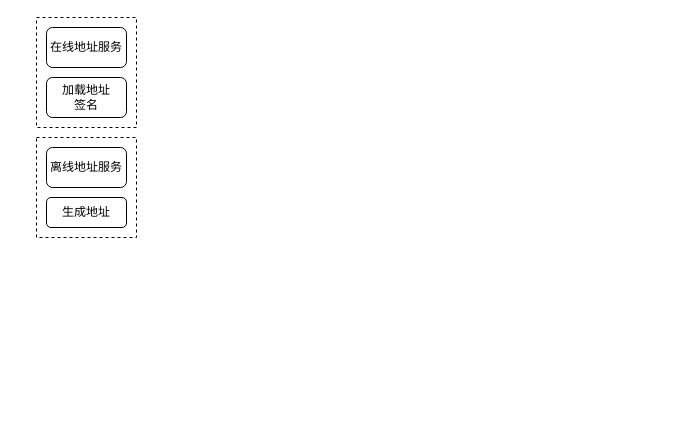
jirasun/sun keeps this draw.io diagram as tech.drawio. Above is the earlier version. Source tidied: cells renumbered, new cells numbered last; positions are measured from the earlier drawing's top-left corner, leaving out a move shared by most shapes. Both pictures are drawn from the tidied source at 100%, with x=0, y=0 at pixel (36, 17).
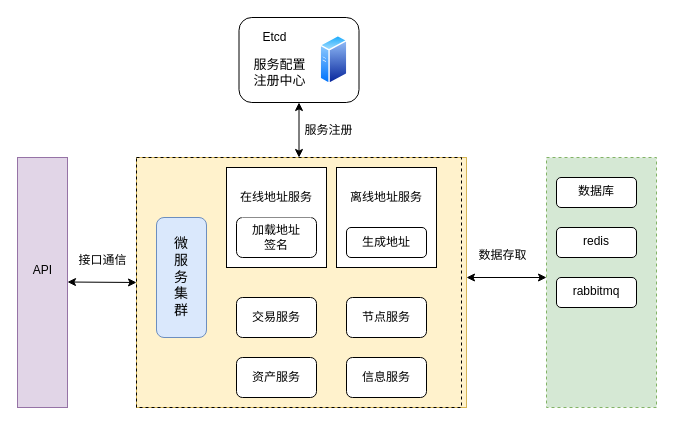
After the change.

Diff of the diagram source:
```diff
@@
-    <mxCell id="2" style="group;" parent="1" vertex="1">
-      <mxGeometry width="100" height="110" as="geometry" />
-    </mxCell>
-    <mxCell id="3" value="&lt;div&gt;&lt;br&gt;&lt;/div&gt;" style="rounded=0;whiteSpace=wrap;html=1;dashed=1;" parent="2" vertex="1">
-      <mxGeometry width="100" height="110" as="geometry" />
-    </mxCell>
-    <mxCell id="4" value="加载地址&lt;div&gt;签名&lt;/div&gt;" style="rounded=1;whiteSpace=wrap;html=1;" parent="2" vertex="1">
-      <mxGeometry x="10" y="60" width="80" height="40" as="geometry" />
-    </mxCell>
-    <mxCell id="5" value="&lt;span style=&quot;color: rgb(0, 0, 0); font-family: Helvetica; font-size: 12px; font-style: normal; font-variant-ligatures: normal; font-variant-caps: normal; font-weight: 400; letter-spacing: normal; orphans: 2; text-align: center; text-indent: 0px; text-transform: none; widows: 2; word-spacing: 0px; -webkit-text-stroke-width: 0px; white-space: normal; text-decoration-thickness: initial; text-decoration-style: initial; text-decoration-color: initial; float: none; background-color: rgb(255, 255, 255); display: inline !important;&quot;&gt;在线地址服务&lt;/span&gt;" style="rounded=1;whiteSpace=wrap;html=1;" parent="2" vertex="1">
-      <mxGeometry x="10" y="10" width="80" height="40" as="geometry" />
-    </mxCell>
-    <mxCell id="6" style="group;" parent="1" vertex="1">
-      <mxGeometry y="120" width="100" height="100" as="geometry" />
-    </mxCell>
+    <mxCell id="10" style="group;fillColor=#fff2cc;strokeColor=#d6b656;" parent="1" vertex="1">
+      <mxGeometry x="100" y="140" width="330" height="250" as="geometry" />
+    </mxCell>
+    <mxCell id="11" value="交易服务" style="rounded=1;whiteSpace=wrap;html=1;" parent="10" vertex="1">
+      <mxGeometry x="100" y="140" width="80" height="40" as="geometry" />
+    </mxCell>
+    <mxCell id="12" value="节点服务" style="rounded=1;whiteSpace=wrap;html=1;" parent="10" vertex="1">
+      <mxGeometry x="210" y="140" width="80" height="40" as="geometry" />
+    </mxCell>
+    <mxCell id="13" value="资产服务" style="rounded=1;whiteSpace=wrap;html=1;" parent="10" vertex="1">
+      <mxGeometry x="100" y="200" width="80" height="40" as="geometry" />
+    </mxCell>
+    <mxCell id="14" value="信息服务" style="rounded=1;whiteSpace=wrap;html=1;" parent="10" vertex="1">
+      <mxGeometry x="210" y="200" width="80" height="40" as="geometry" />
+    </mxCell>
+    <mxCell id="15" style="group;" parent="10" vertex="1">
+      <mxGeometry x="200" y="10" width="100" height="100" as="geometry" />
+    </mxCell>
-    <mxCell id="7" style="rounded=0;whiteSpace=wrap;html=1;dashed=1;" parent="6" vertex="1">
+    <mxCell id="7" style="rounded=0;whiteSpace=wrap;html=1;" parent="15" vertex="1">
       <mxGeometry width="100" height="100" as="geometry" />
     </mxCell>
-    <mxCell id="8" value="生成地址" style="rounded=1;whiteSpace=wrap;html=1;" parent="6" vertex="1">
+    <mxCell id="8" value="生成地址" style="rounded=1;whiteSpace=wrap;html=1;" parent="15" vertex="1">
       <mxGeometry x="10" y="60" width="80" height="30" as="geometry" />
     </mxCell>
-    <mxCell id="9" value="&lt;span style=&quot;color: rgb(0, 0, 0); font-family: Helvetica; font-size: 12px; font-style: normal; font-variant-ligatures: normal; font-variant-caps: normal; font-weight: 400; letter-spacing: normal; orphans: 2; text-align: center; text-indent: 0px; text-transform: none; widows: 2; word-spacing: 0px; -webkit-text-stroke-width: 0px; white-space: normal; text-decoration-thickness: initial; text-decoration-style: initial; text-decoration-color: initial; float: none; background-color: rgb(255, 255, 255); display: inline !important;&quot;&gt;离线地址服务&lt;/span&gt;" style="rounded=1;whiteSpace=wrap;html=1;" parent="6" vertex="1">
+    <mxCell id="9" value="&lt;span style=&quot;color: rgb(0, 0, 0); font-family: Helvetica; font-size: 12px; font-style: normal; font-variant-ligatures: normal; font-variant-caps: normal; font-weight: 400; letter-spacing: normal; orphans: 2; text-align: center; text-indent: 0px; text-transform: none; widows: 2; word-spacing: 0px; -webkit-text-stroke-width: 0px; white-space: normal; text-decoration-thickness: initial; text-decoration-style: initial; text-decoration-color: initial; float: none; background-color: rgb(255, 255, 255); display: inline !important;&quot;&gt;离线地址服务&lt;/span&gt;" style="rounded=1;whiteSpace=wrap;html=1;strokeWidth=0;strokeColor=#FFFFFF;" parent="15" vertex="1">
       <mxGeometry x="10" y="10" width="80" height="40" as="geometry" />
     </mxCell>
+    <mxCell id="16" style="group;fillColor=#dae8fc;strokeColor=#6c8ebf;" parent="10" vertex="1">
+      <mxGeometry x="90" y="10" width="100" height="100" as="geometry" />
+    </mxCell>
+    <mxCell id="17" style="rounded=0;whiteSpace=wrap;html=1;" parent="16" vertex="1">
+      <mxGeometry width="100" height="100" as="geometry" />
+    </mxCell>
+    <mxCell id="4" value="加载地址&lt;div&gt;签名&lt;/div&gt;" style="rounded=1;whiteSpace=wrap;html=1;" parent="16" vertex="1">
+      <mxGeometry x="10" y="50" width="80" height="40" as="geometry" />
+    </mxCell>
+    <mxCell id="5" value="&lt;span style=&quot;color: rgb(0, 0, 0); font-family: Helvetica; font-size: 12px; font-style: normal; font-variant-ligatures: normal; font-variant-caps: normal; font-weight: 400; letter-spacing: normal; orphans: 2; text-align: center; text-indent: 0px; text-transform: none; widows: 2; word-spacing: 0px; -webkit-text-stroke-width: 0px; white-space: normal; text-decoration-thickness: initial; text-decoration-style: initial; text-decoration-color: initial; float: none; background-color: rgb(255, 255, 255); display: inline !important;&quot;&gt;在线地址服务&lt;/span&gt;" style="rounded=1;whiteSpace=wrap;html=1;strokeWidth=0;strokeColor=#FFFFFF;" parent="16" vertex="1">
+      <mxGeometry x="10" y="10" width="80" height="40" as="geometry" />
+    </mxCell>
+    <mxCell id="18" style="edgeStyle=orthogonalEdgeStyle;rounded=0;orthogonalLoop=1;jettySize=auto;html=1;exitX=0.5;exitY=1;exitDx=0;exitDy=0;fontFamily=Helvetica;fontSize=12;fontColor=default;" parent="10" edge="1" source="11" target="11">
+      <mxGeometry relative="1" as="geometry" />
+    </mxCell>
+    <mxCell id="19" style="rounded=0;whiteSpace=wrap;html=1;align=center;verticalAlign=top;fontFamily=Helvetica;fontSize=12;fontColor=default;fillColor=none;gradientColor=none;dashed=1;" parent="10" vertex="1">
+      <mxGeometry width="325" height="250" as="geometry" />
+    </mxCell>
+    <mxCell id="20" value="微&lt;div&gt;服&lt;/div&gt;&lt;div&gt;务&lt;/div&gt;&lt;div&gt;集&lt;/div&gt;&lt;div&gt;群&lt;/div&gt;" style="rounded=1;whiteSpace=wrap;html=1;align=center;verticalAlign=top;fontFamily=Helvetica;fontSize=14;fillColor=#dae8fc;spacingTop=11;strokeColor=#6c8ebf;" parent="10" vertex="1">
+      <mxGeometry x="20" y="60" width="50" height="120" as="geometry" />
+    </mxCell>
+    <mxCell id="21" style="group;" parent="1" vertex="1">
+      <mxGeometry x="202.5" width="120" height="85" as="geometry" />
+    </mxCell>
+    <mxCell id="22" style="image;perimeter=ellipsePerimeter;html=1;align=center;shadow=0;dashed=0;spacingTop=3;image=img/lib/active_directory/generic_server.svg;verticalAlign=top;fontFamily=Helvetica;fontSize=12;fontColor=default;fillColor=none;gradientColor=none;" parent="21" vertex="1">
+      <mxGeometry x="81" y="17.5" width="28" height="50" as="geometry" />
+    </mxCell>
+    <mxCell id="23" style="rounded=1;whiteSpace=wrap;html=1;align=center;verticalAlign=top;fontFamily=Helvetica;fontSize=12;fontColor=default;fillColor=none;gradientColor=none;" parent="21" vertex="1">
+      <mxGeometry width="120" height="85" as="geometry" />
+    </mxCell>
+    <mxCell id="24" value="服务配置&lt;div&gt;&lt;span style=&quot;background-color: transparent; color: light-dark(rgb(0, 0, 0), rgb(255, 255, 255));&quot;&gt;注册中心&lt;/span&gt;&lt;/div&gt;" style="text;html=1;align=center;verticalAlign=middle;strokeColor=none;fillColor=none;fontFamily=Helvetica;fontSize=13;fontColor=default;" parent="21" vertex="1">
+      <mxGeometry y="35" width="80" height="40" as="geometry" />
+    </mxCell>
+    <mxCell id="25" value="Etcd" style="text;html=1;align=center;verticalAlign=middle;strokeColor=none;fillColor=none;fontFamily=Helvetica;fontSize=12;fontColor=default;" parent="21" vertex="1">
+      <mxGeometry x="10" y="5" width="50" height="30" as="geometry" />
+    </mxCell>
+    <mxCell id="26" style="group;" parent="1" vertex="1">
+      <mxGeometry x="510" y="140" width="110" height="250" as="geometry" />
+    </mxCell>
+    <mxCell id="27" style="rounded=0;whiteSpace=wrap;html=1;align=center;verticalAlign=top;fontFamily=Helvetica;fontSize=12;fillColor=#d5e8d4;dashed=1;strokeColor=#82b366;" parent="26" vertex="1">
+      <mxGeometry width="110" height="250" as="geometry" />
+    </mxCell>
+    <mxCell id="28" value="redis&lt;div&gt;&lt;br&gt;&lt;/div&gt;" style="rounded=1;whiteSpace=wrap;html=1;align=center;verticalAlign=top;fontFamily=Helvetica;fontSize=12;fontColor=default;fillColor=default;gradientColor=none;" parent="26" vertex="1">
+      <mxGeometry x="10" y="70" width="80" height="30" as="geometry" />
+    </mxCell>
+    <mxCell id="29" value="数据库" style="rounded=1;whiteSpace=wrap;html=1;align=center;verticalAlign=top;fontFamily=Helvetica;fontSize=12;fontColor=default;fillColor=default;gradientColor=none;" parent="26" vertex="1">
+      <mxGeometry x="10" y="20" width="80" height="30" as="geometry" />
+    </mxCell>
+    <mxCell id="30" value="&lt;div&gt;rabbitmq&lt;/div&gt;" style="rounded=1;whiteSpace=wrap;html=1;align=center;verticalAlign=top;fontFamily=Helvetica;fontSize=12;fontColor=default;fillColor=default;gradientColor=none;" parent="26" vertex="1">
+      <mxGeometry x="10" y="120" width="80" height="30" as="geometry" />
+    </mxCell>
+    <mxCell id="31" style="endArrow=classic;startArrow=classic;html=1;rounded=0;fontFamily=Helvetica;fontSize=12;fontColor=default;" parent="1" edge="1">
+      <mxGeometry relative="1" as="geometry">
+        <mxPoint x="430" y="260" as="sourcePoint" />
+        <mxPoint x="510" y="260" as="targetPoint" />
+      </mxGeometry>
+    </mxCell>
+    <mxCell id="32" style="endArrow=classic;startArrow=classic;html=1;rounded=0;fontFamily=Helvetica;fontSize=12;fontColor=default;entryX=0.5;entryY=1;entryDx=0;entryDy=0;exitX=0.5;exitY=0;exitDx=0;exitDy=0;" parent="1" edge="1" source="19" target="23">
+      <mxGeometry relative="1" as="geometry" />
+    </mxCell>
+    <mxCell id="33" value="服务注册" style="text;html=1;align=center;verticalAlign=middle;strokeColor=none;fillColor=none;fontFamily=Helvetica;fontSize=12;fontColor=default;" parent="1" vertex="1">
+      <mxGeometry x="257" y="98" width="70" height="30" as="geometry" />
+    </mxCell>
+    <mxCell id="34" value="数据存取" style="text;html=1;align=center;verticalAlign=middle;strokeColor=none;fillColor=none;fontFamily=Helvetica;fontSize=12;fontColor=default;" parent="1" vertex="1">
+      <mxGeometry x="431" y="223" width="70" height="30" as="geometry" />
+    </mxCell>
+    <mxCell id="35" style="rounded=0;whiteSpace=wrap;html=1;align=center;verticalAlign=top;fontFamily=Helvetica;fontSize=12;fillColor=#e1d5e7;strokeColor=#9673a6;" parent="1" vertex="1">
+      <mxGeometry x="-19" y="140" width="50" height="250" as="geometry" />
+    </mxCell>
+    <mxCell id="36" value="API" style="text;html=1;align=center;verticalAlign=middle;strokeColor=none;fillColor=none;fontFamily=Helvetica;fontSize=12;fontColor=default;" parent="1" vertex="1">
+      <mxGeometry x="-14" y="238" width="40" height="30" as="geometry" />
+    </mxCell>
+    <mxCell id="37" style="endArrow=classic;startArrow=classic;html=1;rounded=0;fontFamily=Helvetica;fontSize=12;fontColor=default;entryX=0;entryY=0.5;entryDx=0;entryDy=0;" parent="1" edge="1" target="19">
+      <mxGeometry relative="1" as="geometry">
+        <mxPoint x="31" y="264.5" as="sourcePoint" />
+      </mxGeometry>
+    </mxCell>
+    <mxCell id="38" value="接口通信" style="text;html=1;align=center;verticalAlign=middle;strokeColor=none;fillColor=none;fontFamily=Helvetica;fontSize=12;fontColor=default;" parent="1" vertex="1">
+      <mxGeometry x="31" y="228" width="70" height="30" as="geometry" />
+    </mxCell>
```
